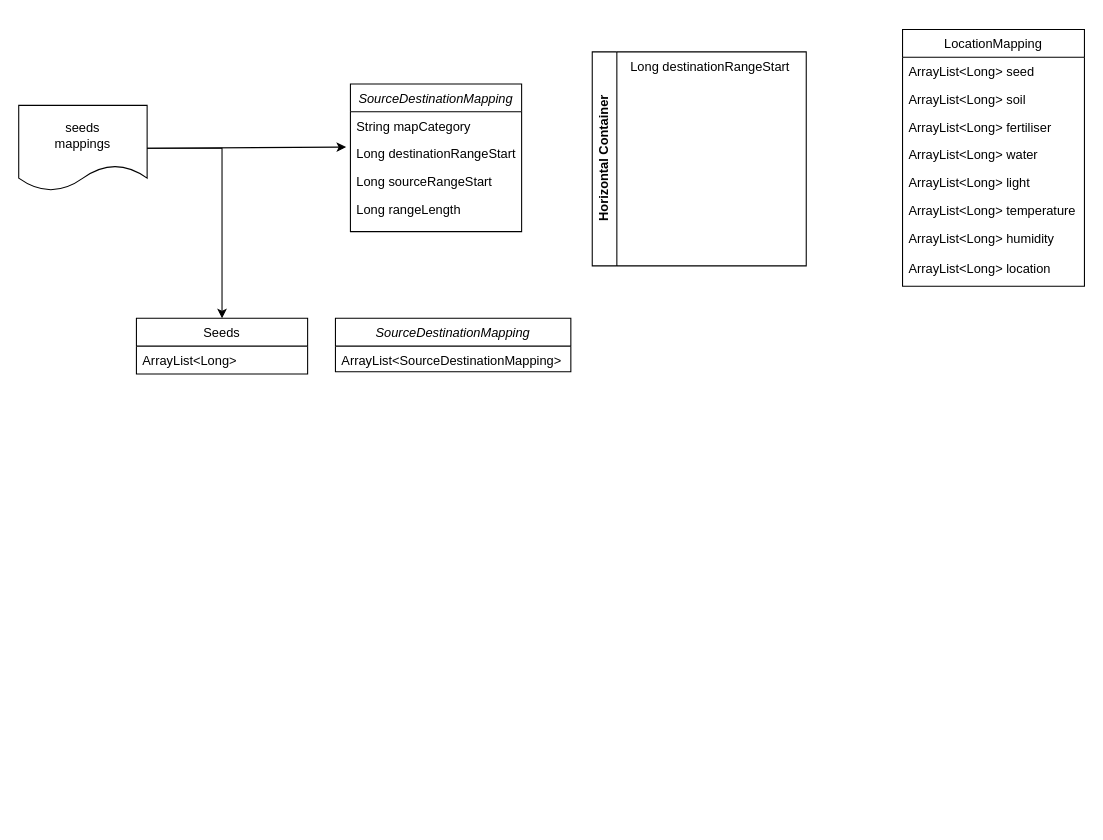
Earlier version of the draw.io diagram Untitled Diagram.drawio (lodivandijk/draw.io). Source tidied: cells renumbered, new cells numbered last; positions are measured from the earlier drawing's top-left corner, leaving out a move shared by most shapes. Both pictures are drawn from the tidied source at 107%, with x=0, y=0 at pixel (18, 29).
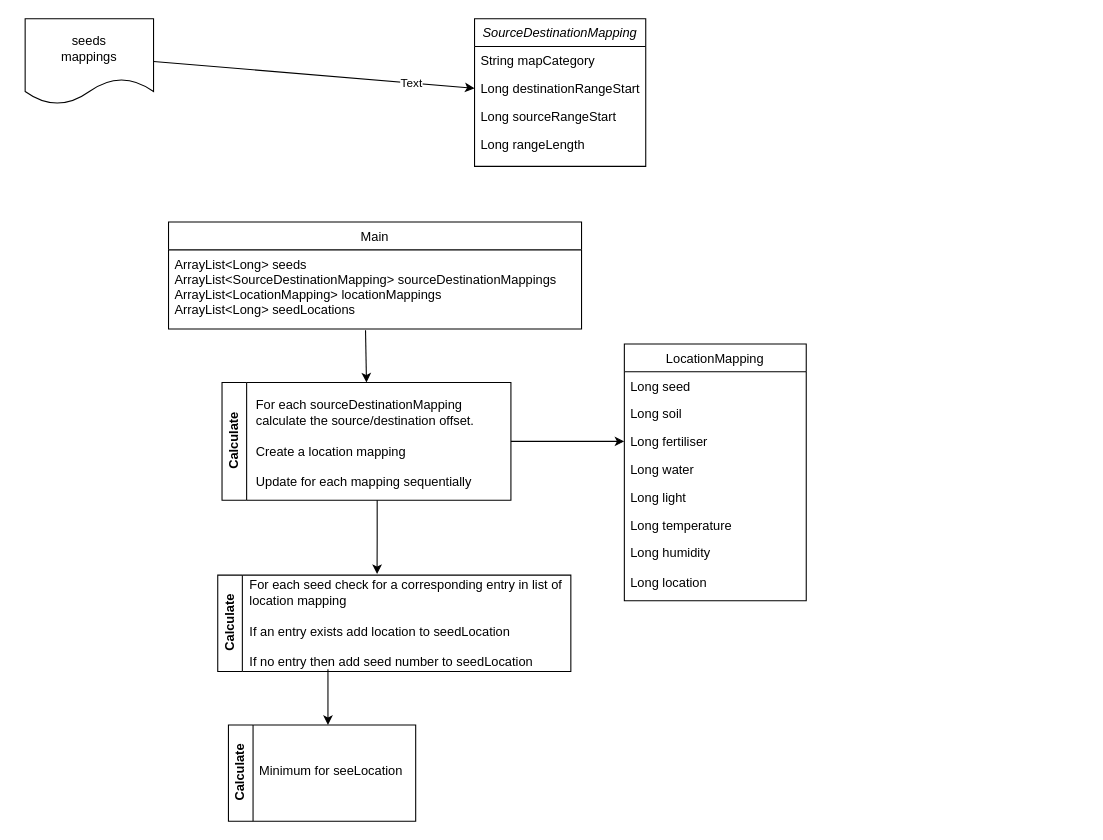
The same diagram, later.

The change refers to these unchanged cells:
```xml
<mxCell id="4" value="Long destinationRangeStart" style="text;align=left;verticalAlign=top;spacingLeft=4;spacingRight=4;overflow=hidden;points=[[0,0.5],[1,0.5]];portConstraint=eastwest;rounded=0;shadow=0;html=0;" parent="2" vertex="1">
  <mxGeometry y="52" width="160" height="26" as="geometry" />
</mxCell>
```

Change to the diagram source:
```diff
@@
     <mxCell id="2" value="SourceDestinationMapping" style="swimlane;fontStyle=2;align=center;verticalAlign=top;horizontal=1;startSize=26;rounded=0;shadow=0;strokeWidth=1;" parent="1" vertex="1">
-      <mxGeometry x="310" y="51" width="160" height="138" as="geometry" />
+      <mxGeometry x="426" y="-10" width="160" height="138" as="geometry" />
     </mxCell>
@@
-    <mxCell id="7" value="Seeds" style="swimlane;fontStyle=0;align=center;verticalAlign=top;horizontal=1;startSize=26;rounded=0;shadow=0;strokeWidth=1;" parent="1" vertex="1">
-      <mxGeometry x="110" y="270" width="160" height="52" as="geometry" />
+    <mxCell id="7" value="Main" style="swimlane;fontStyle=0;align=center;verticalAlign=top;horizontal=1;startSize=26;rounded=0;shadow=0;strokeWidth=1;" parent="1" vertex="1">
+      <mxGeometry x="140" y="180" width="386" height="100" as="geometry" />
     </mxCell>
-    <mxCell id="8" value="ArrayList&lt;Long&gt;" style="text;align=left;verticalAlign=top;spacingLeft=4;spacingRight=4;overflow=hidden;points=[[0,0.5],[1,0.5]];portConstraint=eastwest;" parent="7" vertex="1">
-      <mxGeometry y="26" width="160" height="26" as="geometry" />
+    <mxCell id="8" value="ArrayList&lt;Long&gt; seeds&#10;ArrayList&lt;SourceDestinationMapping&gt; sourceDestinationMappings&#10;ArrayList&lt;LocationMapping&gt; locationMappings&#10;ArrayList&lt;Long&gt; seedLocations&#10;" style="text;align=left;verticalAlign=top;spacingLeft=4;spacingRight=4;overflow=hidden;points=[[0,0.5],[1,0.5]];portConstraint=eastwest;" parent="7" vertex="1">
+      <mxGeometry y="26" width="386" height="74" as="geometry" />
     </mxCell>
     <mxCell id="9" value="LocationMapping" style="swimlane;fontStyle=0;align=center;verticalAlign=top;horizontal=1;startSize=26;rounded=0;shadow=0;strokeWidth=1;" parent="1" vertex="1">
-      <mxGeometry x="826" width="170" height="240" as="geometry" />
+      <mxGeometry x="566" y="294" width="170" height="240" as="geometry" />
     </mxCell>
-    <mxCell id="10" value="ArrayList&lt;Long&gt; seed" style="text;align=left;verticalAlign=top;spacingLeft=4;spacingRight=4;overflow=hidden;" parent="9" vertex="1">
+    <mxCell id="10" value="Long seed" style="text;align=left;verticalAlign=top;spacingLeft=4;spacingRight=4;overflow=hidden;" parent="9" vertex="1">
       <mxGeometry y="26" width="170" height="26" as="geometry" />
     </mxCell>
-    <mxCell id="11" value="ArrayList&lt;Long&gt; soil" style="text;align=left;verticalAlign=top;spacingLeft=4;spacingRight=4;overflow=hidden;rounded=0;shadow=0;html=0;" parent="9" vertex="1">
+    <mxCell id="11" value="Long soil" style="text;align=left;verticalAlign=top;spacingLeft=4;spacingRight=4;overflow=hidden;rounded=0;shadow=0;html=0;" parent="9" vertex="1">
       <mxGeometry y="52" width="170" height="26" as="geometry" />
     </mxCell>
-    <mxCell id="12" value="ArrayList&lt;Long&gt; fertiliser" style="text;align=left;verticalAlign=top;spacingLeft=4;spacingRight=4;overflow=hidden;points=[[0,0.5],[1,0.5]];portConstraint=eastwest;rounded=0;shadow=0;html=0;" parent="9" vertex="1">
+    <mxCell id="12" value="Long fertiliser" style="text;align=left;verticalAlign=top;spacingLeft=4;spacingRight=4;overflow=hidden;points=[[0,0.5],[1,0.5]];portConstraint=eastwest;rounded=0;shadow=0;html=0;" parent="9" vertex="1">
       <mxGeometry y="78" width="170" height="26" as="geometry" />
     </mxCell>
-    <mxCell id="13" value="ArrayList&lt;Long&gt; water" style="text;align=left;verticalAlign=top;spacingLeft=4;spacingRight=4;overflow=hidden;rounded=0;shadow=0;html=0;" parent="9" vertex="1">
+    <mxCell id="13" value="Long water" style="text;align=left;verticalAlign=top;spacingLeft=4;spacingRight=4;overflow=hidden;rounded=0;shadow=0;html=0;" parent="9" vertex="1">
       <mxGeometry y="104" width="170" height="26" as="geometry" />
     </mxCell>
-    <mxCell id="14" value="ArrayList&lt;Long&gt; light" style="text;align=left;verticalAlign=top;spacingLeft=4;spacingRight=4;overflow=hidden;rounded=0;shadow=0;html=0;" parent="9" vertex="1">
+    <mxCell id="14" value="Long light" style="text;align=left;verticalAlign=top;spacingLeft=4;spacingRight=4;overflow=hidden;rounded=0;shadow=0;html=0;" parent="9" vertex="1">
       <mxGeometry y="130" width="170" height="26" as="geometry" />
     </mxCell>
-    <mxCell id="15" value="ArrayList&lt;Long&gt; temperature" style="text;align=left;verticalAlign=top;spacingLeft=4;spacingRight=4;overflow=hidden;" parent="9" vertex="1">
+    <mxCell id="15" value="Long temperature" style="text;align=left;verticalAlign=top;spacingLeft=4;spacingRight=4;overflow=hidden;" parent="9" vertex="1">
       <mxGeometry y="156" width="170" height="26" as="geometry" />
     </mxCell>
-    <mxCell id="16" value="ArrayList&lt;Long&gt; humidity" style="text;align=left;verticalAlign=top;spacingLeft=4;spacingRight=4;overflow=hidden;" parent="9" vertex="1">
+    <mxCell id="16" value="Long humidity" style="text;align=left;verticalAlign=top;spacingLeft=4;spacingRight=4;overflow=hidden;" parent="9" vertex="1">
       <mxGeometry y="182" width="170" height="28" as="geometry" />
     </mxCell>
-    <mxCell id="17" value="ArrayList&lt;Long&gt; location" style="text;align=left;verticalAlign=top;spacingLeft=4;spacingRight=4;overflow=hidden;" parent="9" vertex="1">
+    <mxCell id="17" value="Long location" style="text;align=left;verticalAlign=top;spacingLeft=4;spacingRight=4;overflow=hidden;" parent="9" vertex="1">
       <mxGeometry y="210" width="170" height="28" as="geometry" />
     </mxCell>
     <mxCell id="18" value="seeds&lt;div&gt;mappings&lt;/div&gt;" style="shape=document;whiteSpace=wrap;html=1;boundedLbl=1;" parent="1" vertex="1">
-      <mxGeometry y="71" width="120" height="80" as="geometry" />
+      <mxGeometry x="6" y="-10" width="120" height="80" as="geometry" />
     </mxCell>
-    <mxCell id="19" style="endArrow=classic;html=1;rounded=0;exitX=1;exitY=0.5;exitDx=0;exitDy=0;entryX=0.5;entryY=0;entryDx=0;entryDy=0;" parent="1" edge="1" source="18" target="7">
-      <mxGeometry relative="1" as="geometry">
-        <Array as="points">
-          <mxPoint x="190" y="111" />
-        </Array>
-      </mxGeometry>
-    </mxCell>
-    <mxCell id="20" style="endArrow=classic;html=1;rounded=0;exitX=1;exitY=0.5;exitDx=0;exitDy=0;entryX=-0.025;entryY=0.269;entryDx=0;entryDy=0;entryPerimeter=0;" parent="1" edge="1" source="18" target="4">
+    <mxCell id="20" style="endArrow=classic;html=1;rounded=0;exitX=1;exitY=0.5;exitDx=0;exitDy=0;entryX=0;entryY=0.5;entryDx=0;entryDy=0;" parent="1" edge="1" source="18" target="4">
       <mxGeometry relative="1" as="geometry" />
     </mxCell>
-    <mxCell id="21" value="Horizontal Container" style="swimlane;horizontal=0;whiteSpace=wrap;html=1;" parent="1" vertex="1">
-      <mxGeometry x="536" y="21" width="200" height="200" as="geometry" />
-    </mxCell>
-    <mxCell id="22" value="Long destinationRangeStart" style="text;align=left;verticalAlign=top;spacingLeft=4;spacingRight=4;overflow=hidden;rounded=0;shadow=0;html=0;" parent="21" vertex="1">
-      <mxGeometry x="30" width="160" height="26" as="geometry" />
-    </mxCell>
-    <mxCell id="23" value="SourceDestinationMapping" style="swimlane;fontStyle=2;align=center;verticalAlign=top;horizontal=1;startSize=26;rounded=0;shadow=0;strokeWidth=1;" parent="1" vertex="1">
-      <mxGeometry x="296" y="270" width="220" height="50" as="geometry" />
-    </mxCell>
-    <mxCell id="24" value="ArrayList&lt;SourceDestinationMapping&gt;" style="text;align=left;verticalAlign=top;spacingLeft=4;spacingRight=4;overflow=hidden;" parent="23" vertex="1">
-      <mxGeometry y="26" width="220" height="24" as="geometry" />
-    </mxCell>
+    <mxCell id="25" value="Text" style="edgeLabel;html=1;align=center;verticalAlign=middle;" parent="20" vertex="1">
+      <mxGeometry x="0.6" y="1" relative="1" as="geometry" />
+    </mxCell>
+    <mxCell id="26" value="Calculate" style="swimlane;horizontal=0;whiteSpace=wrap;html=1;" parent="1" vertex="1">
+      <mxGeometry x="190" y="330" width="270" height="110" as="geometry" />
+    </mxCell>
+    <mxCell id="27" value="For each sourceDestinationMapping calculate the source/destination offset.&lt;div&gt;&lt;br&gt;&lt;/div&gt;&lt;div&gt;Create a location mapping&lt;/div&gt;&lt;div&gt;&lt;br&gt;&lt;/div&gt;&lt;div&gt;Update for each mapping sequentially&amp;nbsp;&lt;/div&gt;" style="text;html=1;align=left;verticalAlign=middle;whiteSpace=wrap;rounded=0;" parent="26" vertex="1">
+      <mxGeometry x="30" y="4" width="230" height="106" as="geometry" />
+    </mxCell>
+    <mxCell id="28" style="endArrow=classic;html=1;rounded=0;exitX=1;exitY=0.5;exitDx=0;exitDy=0;entryX=0;entryY=0.5;entryDx=0;entryDy=0;" parent="1" edge="1" source="26" target="12">
+      <mxGeometry relative="1" as="geometry" />
+    </mxCell>
+    <mxCell id="29" style="endArrow=classic;html=1;rounded=0;exitX=0.477;exitY=1.014;exitDx=0;exitDy=0;exitPerimeter=0;entryX=0.5;entryY=0;entryDx=0;entryDy=0;" parent="1" edge="1" source="8" target="26">
+      <mxGeometry relative="1" as="geometry" />
+    </mxCell>
+    <mxCell id="30" value="Calculate" style="swimlane;horizontal=0;whiteSpace=wrap;html=1;" parent="1" vertex="1">
+      <mxGeometry x="186" y="510" width="330" height="90" as="geometry" />
+    </mxCell>
+    <mxCell id="31" value="For each seed check for a corresponding entry in list of location mapping&amp;nbsp;&lt;div&gt;&lt;br&gt;&lt;/div&gt;&lt;div&gt;If an entry exists add location to seedLocation&amp;nbsp;&lt;/div&gt;&lt;div&gt;&lt;br&gt;&lt;/div&gt;&lt;div&gt;If no entry then add seed number to seedLocation&lt;/div&gt;" style="text;html=1;align=left;verticalAlign=middle;whiteSpace=wrap;rounded=0;" parent="1" vertex="1">
+      <mxGeometry x="214" y="512" width="300" height="86" as="geometry" />
+    </mxCell>
+    <mxCell id="32" value="Calculate" style="swimlane;horizontal=0;whiteSpace=wrap;html=1;" parent="1" vertex="1">
+      <mxGeometry x="196" y="650" width="175" height="90" as="geometry" />
+    </mxCell>
+    <mxCell id="33" value="Minimum for seeLocation&amp;nbsp;" style="text;html=1;align=left;verticalAlign=middle;whiteSpace=wrap;rounded=0;" parent="32" vertex="1">
+      <mxGeometry x="27" width="161" height="86" as="geometry" />
+    </mxCell>
+    <mxCell id="34" style="edgeStyle=orthogonalEdgeStyle;rounded=0;jettySize=auto;html=1;entryX=0.403;entryY=-0.035;entryDx=0;entryDy=0;entryPerimeter=0;" parent="1" edge="1" source="27" target="31">
+      <mxGeometry relative="1" as="geometry" />
+    </mxCell>
+    <mxCell id="35" style="edgeStyle=orthogonalEdgeStyle;rounded=0;jettySize=auto;html=1;exitX=0.25;exitY=1;exitDx=0;exitDy=0;entryX=0.41;entryY=0;entryDx=0;entryDy=0;entryPerimeter=0;" parent="1" edge="1" source="31" target="33">
+      <mxGeometry relative="1" as="geometry" />
+    </mxCell>
```
